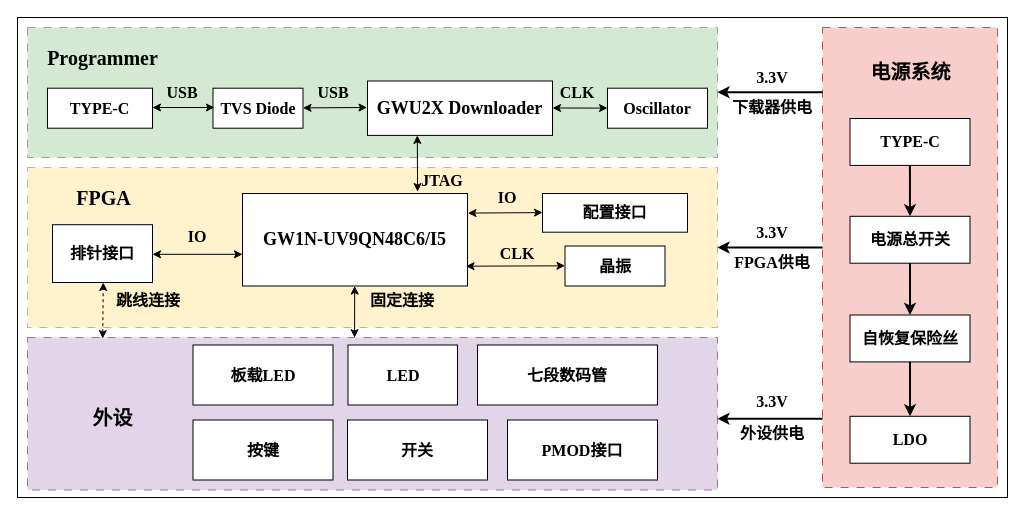
Above: Passer_V4.1/EDUCON整体框图.drawio in zeandon/draw.io (draw.io), before the change. Source tidied: cells renumbered, new cells numbered last; positions are measured from the earlier drawing's top-left corner, leaving out a move shared by most shapes. Both pictures are drawn from the tidied source at 100%, with x=0, y=0 at pixel (17, 17).
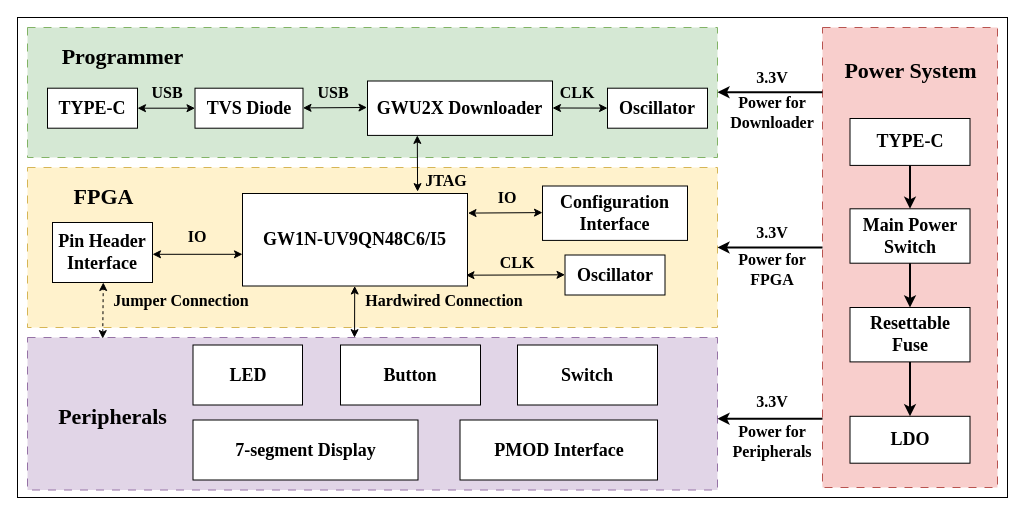
After the change.

Commit message:
更新Passer_V4.1/EDUCON整体框图.drawio

Diff of the diagram source:
```diff
@@
-    <mxCell id="7" value="&lt;font&gt;FPGA&lt;/font&gt;" style="text;strokeColor=none;fillColor=none;html=1;fontSize=20;fontStyle=1;verticalAlign=middle;align=center;fontFamily=Times New Roman;" parent="1" vertex="1">
+    <mxCell id="7" value="&lt;font&gt;FPGA&lt;/font&gt;" style="text;strokeColor=none;fillColor=none;html=1;fontSize=22;fontStyle=1;verticalAlign=middle;align=center;fontFamily=Times New Roman;" parent="1" vertex="1">
       <mxGeometry x="32" y="160" width="108" height="40" as="geometry" />
     </mxCell>
@@
-    <mxCell id="9" value="&lt;span class=&quot;&quot;&gt;Programmer&lt;/span&gt;" style="text;strokeColor=none;fillColor=none;html=1;fontSize=20;fontStyle=1;verticalAlign=middle;align=center;fontFamily=Times New Roman;" parent="1" vertex="1">
-      <mxGeometry x="35" y="20" width="100" height="40" as="geometry" />
+    <mxCell id="9" value="&lt;span class=&quot;&quot;&gt;Programmer&lt;/span&gt;" style="text;strokeColor=none;fillColor=none;html=1;fontSize=22;fontStyle=1;verticalAlign=middle;align=center;fontFamily=Times New Roman;" parent="1" vertex="1">
+      <mxGeometry x="35" y="20" width="140" height="40" as="geometry" />
     </mxCell>
     <mxCell id="10" value="USB" style="text;html=1;whiteSpace=wrap;strokeColor=none;fillColor=none;align=center;verticalAlign=middle;rounded=0;fontStyle=1;fontSize=16;fontFamily=Times New Roman;" parent="1" vertex="1">
-      <mxGeometry x="140" y="60" width="50" height="30" as="geometry" />
+      <mxGeometry x="125" y="60" width="50" height="30" as="geometry" />
     </mxCell>
-    <mxCell id="11" value="TYPE-C" style="rounded=0;whiteSpace=wrap;html=1;fontStyle=1;fontFamily=Times New Roman;fontSize=16;" parent="1" vertex="1">
-      <mxGeometry x="30" y="70.7" width="105" height="40" as="geometry" />
+    <mxCell id="11" value="TYPE-C" style="rounded=0;whiteSpace=wrap;html=1;fontStyle=1;fontFamily=Times New Roman;fontSize=18;" parent="1" vertex="1">
+      <mxGeometry x="30" y="70.7" width="90" height="40" as="geometry" />
     </mxCell>
@@
-    <mxCell id="13" value="TYPE-C" style="rounded=0;whiteSpace=wrap;html=1;fontStyle=1;fontFamily=Times New Roman;fontSize=16;" parent="1" vertex="1">
+    <mxCell id="13" value="TYPE-C" style="rounded=0;whiteSpace=wrap;html=1;fontStyle=1;fontFamily=Times New Roman;fontSize=18;" parent="1" vertex="1">
       <mxGeometry x="832.5" y="101" width="120" height="46.9" as="geometry" />
     </mxCell>
-    <mxCell id="14" value="电源总开关" style="rounded=0;whiteSpace=wrap;html=1;fontStyle=1;fontFamily=Times New Roman;fontSize=16;" parent="1" vertex="1">
-      <mxGeometry x="832.5" y="198.8" width="120" height="46.9" as="geometry" />
+    <mxCell id="14" value="&lt;span class=&quot;&quot;&gt;Main Power Switch&lt;/span&gt;" style="rounded=0;whiteSpace=wrap;html=1;fontStyle=1;fontFamily=Times New Roman;fontSize=18;" parent="1" vertex="1">
+      <mxGeometry x="832.5" y="191.3" width="120" height="54.4" as="geometry" />
     </mxCell>
-    <mxCell id="15" value="LDO" style="rounded=0;whiteSpace=wrap;html=1;fontStyle=1;fontFamily=Times New Roman;fontSize=16;" parent="1" vertex="1">
+    <mxCell id="15" value="LDO" style="rounded=0;whiteSpace=wrap;html=1;fontStyle=1;fontFamily=Times New Roman;fontSize=18;" parent="1" vertex="1">
       <mxGeometry x="832.5" y="398.8" width="120" height="46.9" as="geometry" />
     </mxCell>
-    <mxCell id="16" value="自恢复保险丝" style="rounded=0;whiteSpace=wrap;html=1;fontStyle=1;fontFamily=Times New Roman;fontSize=16;" parent="1" vertex="1">
-      <mxGeometry x="832.5" y="297.5" width="120" height="46.9" as="geometry" />
+    <mxCell id="16" value="&lt;span class=&quot;&quot;&gt;Resettable Fuse&lt;/span&gt;" style="rounded=0;whiteSpace=wrap;html=1;fontStyle=1;fontFamily=Times New Roman;fontSize=18;" parent="1" vertex="1">
+      <mxGeometry x="832.5" y="290" width="120" height="54.4" as="geometry" />
     </mxCell>
-    <mxCell id="17" value="&lt;span class=&quot;&quot;&gt;TVS Diode&lt;/span&gt;" style="rounded=0;whiteSpace=wrap;html=1;fontStyle=1;fontFamily=Times New Roman;fontSize=16;" parent="1" vertex="1">
-      <mxGeometry x="195.5" y="70.7" width="90" height="40" as="geometry" />
+    <mxCell id="17" value="&lt;span class=&quot;&quot;&gt;TVS Diode&lt;/span&gt;" style="rounded=0;whiteSpace=wrap;html=1;fontStyle=1;fontFamily=Times New Roman;fontSize=18;" parent="1" vertex="1">
+      <mxGeometry x="177.5" y="70.7" width="108" height="40" as="geometry" />
     </mxCell>
-    <mxCell id="18" value="板载LED" style="rounded=0;whiteSpace=wrap;html=1;fontStyle=1;fontFamily=Times New Roman;fontSize=16;" parent="1" vertex="1">
-      <mxGeometry x="175.5" y="327.5" width="140" height="60" as="geometry" />
-    </mxCell>
@@
-    <mxCell id="22" value="下载器供电" style="text;html=1;whiteSpace=wrap;strokeColor=none;fillColor=none;align=center;verticalAlign=middle;rounded=0;fontStyle=1;fontSize=16;fontFamily=Times New Roman;" parent="1" vertex="1">
-      <mxGeometry x="705" y="75" width="100" height="30" as="geometry" />
+    <mxCell id="22" value="&lt;span class=&quot;&quot;&gt;Power for&lt;br&gt;Downloader&lt;/span&gt;" style="text;html=1;whiteSpace=wrap;strokeColor=none;fillColor=none;align=center;verticalAlign=middle;rounded=0;fontStyle=1;fontSize=16;fontFamily=Times New Roman;" parent="1" vertex="1">
+      <mxGeometry x="705" y="70" width="100" height="50" as="geometry" />
     </mxCell>
-    <mxCell id="23" value="外设供电" style="text;html=1;whiteSpace=wrap;strokeColor=none;fillColor=none;align=center;verticalAlign=middle;rounded=0;fontStyle=1;fontSize=16;fontFamily=Times New Roman;" parent="1" vertex="1">
-      <mxGeometry x="710" y="401.2" width="90" height="30" as="geometry" />
+    <mxCell id="23" value="Power for&lt;br&gt;Peripherals" style="text;html=1;whiteSpace=wrap;strokeColor=none;fillColor=none;align=center;verticalAlign=middle;rounded=0;fontStyle=1;fontSize=16;fontFamily=Times New Roman;" parent="1" vertex="1">
+      <mxGeometry x="705" y="399.2" width="100" height="50" as="geometry" />
     </mxCell>
-    <mxCell id="24" value="FPGA供电" style="text;html=1;whiteSpace=wrap;strokeColor=none;fillColor=none;align=center;verticalAlign=middle;rounded=0;fontStyle=1;fontSize=16;fontFamily=Times New Roman;" parent="1" vertex="1">
-      <mxGeometry x="705" y="230" width="100" height="30" as="geometry" />
+    <mxCell id="24" value="&lt;span class=&quot;&quot;&gt;Power for&lt;br&gt;FPGA&lt;/span&gt;" style="text;html=1;whiteSpace=wrap;strokeColor=none;fillColor=none;align=center;verticalAlign=middle;rounded=0;fontStyle=1;fontSize=16;fontFamily=Times New Roman;" parent="1" vertex="1">
+      <mxGeometry x="710" y="227" width="90" height="50" as="geometry" />
     </mxCell>
-    <mxCell id="25" value="&lt;span class=&quot;&quot;&gt;Oscillator&lt;/span&gt;" style="rounded=0;whiteSpace=wrap;html=1;fontStyle=1;fontFamily=Times New Roman;fontSize=16;" parent="1" vertex="1">
+    <mxCell id="25" value="&lt;span class=&quot;&quot;&gt;Oscillator&lt;/span&gt;" style="rounded=0;whiteSpace=wrap;html=1;fontStyle=1;fontFamily=Times New Roman;fontSize=18;" parent="1" vertex="1">
       <mxGeometry x="590" y="70.7" width="100" height="40" as="geometry" />
     </mxCell>
-    <mxCell id="26" value="固定连接" style="text;html=1;whiteSpace=wrap;strokeColor=none;fillColor=none;align=center;verticalAlign=middle;rounded=0;fontStyle=1;fontSize=16;fontFamily=Times New Roman;" parent="1" vertex="1">
-      <mxGeometry x="340.2" y="267.5" width="90" height="30" as="geometry" />
+    <mxCell id="26" value="&lt;span class=&quot;&quot;&gt;Hardwired Connection&lt;/span&gt;" style="text;html=1;whiteSpace=wrap;strokeColor=none;fillColor=none;align=center;verticalAlign=middle;rounded=0;fontStyle=1;fontSize=16;fontFamily=Times New Roman;" parent="1" vertex="1">
+      <mxGeometry x="342.2" y="267.5" width="170" height="30" as="geometry" />
     </mxCell>
     <mxCell id="27" value="CLK" style="text;html=1;whiteSpace=wrap;strokeColor=none;fillColor=none;align=center;verticalAlign=middle;rounded=0;fontStyle=1;fontSize=16;fontFamily=Times New Roman;" parent="1" vertex="1">
-      <mxGeometry x="470" y="221.1" width="60" height="30" as="geometry" />
+      <mxGeometry x="470" y="230.1" width="60" height="30" as="geometry" />
     </mxCell>
@@
-    <mxCell id="31" value="配置接口" style="rounded=0;whiteSpace=wrap;html=1;fontStyle=1;fontFamily=Times New Roman;fontSize=16;" parent="1" vertex="1">
-      <mxGeometry x="525" y="176" width="145" height="38.7" as="geometry" />
+    <mxCell id="31" value="&lt;span class=&quot;&quot;&gt;Configuration Interface&lt;/span&gt;" style="rounded=0;whiteSpace=wrap;html=1;fontStyle=1;fontFamily=Times New Roman;fontSize=18;" parent="1" vertex="1">
+      <mxGeometry x="525" y="168.5" width="145" height="54.4" as="geometry" />
     </mxCell>
-    <mxCell id="32" value="&lt;font&gt;电源系统&lt;/font&gt;" style="text;strokeColor=none;fillColor=none;html=1;fontSize=20;fontStyle=1;verticalAlign=middle;align=center;fontFamily=Times New Roman;" parent="1" vertex="1">
+    <mxCell id="32" value="&lt;strong&gt;&lt;span class=&quot;&quot;&gt;Power System&lt;/span&gt;&lt;/strong&gt;" style="text;strokeColor=none;fillColor=none;html=1;fontSize=22;fontStyle=1;verticalAlign=middle;align=center;fontFamily=Times New Roman;" parent="1" vertex="1">
       <mxGeometry x="827.5" y="33.7" width="130" height="40" as="geometry" />
     </mxCell>
-    <mxCell id="33" value="外设" style="text;strokeColor=none;fillColor=none;html=1;fontSize=20;fontStyle=1;verticalAlign=middle;align=center;fontFamily=Times New Roman;" parent="1" vertex="1">
+    <mxCell id="33" value="&lt;span class=&quot;&quot;&gt;Peripherals&lt;/span&gt;" style="text;strokeColor=none;fillColor=none;html=1;fontSize=22;fontStyle=1;verticalAlign=middle;align=center;fontFamily=Times New Roman;" parent="1" vertex="1">
       <mxGeometry x="24" y="380" width="141" height="40" as="geometry" />
     </mxCell>
@@
-    <mxCell id="35" style="endArrow=none;startArrow=classic;html=1;rounded=0;endFill=0;strokeWidth=2;fontFamily=Times New Roman;entryX=0.5;entryY=1;entryDx=0;entryDy=0;exitX=0.5;exitY=0;exitDx=0;exitDy=0;" parent="1" edge="1" source="14">
-      <mxGeometry relative="1" as="geometry">
-        <mxPoint x="892.4" y="148" as="targetPoint" />
-      </mxGeometry>
+    <mxCell id="35" style="endArrow=none;startArrow=classic;html=1;rounded=0;endFill=0;strokeWidth=2;fontFamily=Times New Roman;entryX=0.5;entryY=1;entryDx=0;entryDy=0;exitX=0.5;exitY=0;exitDx=0;exitDy=0;" parent="1" edge="1" source="14" target="13">
+      <mxGeometry relative="1" as="geometry" />
     </mxCell>
@@
     <mxCell id="38" value="JTAG" style="text;html=1;whiteSpace=wrap;strokeColor=none;fillColor=none;align=center;verticalAlign=middle;rounded=0;fontStyle=1;fontSize=16;fontFamily=Times New Roman;" parent="1" vertex="1">
-      <mxGeometry x="395" y="147.9" width="60" height="30" as="geometry" />
+      <mxGeometry x="399" y="147.9" width="60" height="30" as="geometry" />
     </mxCell>
-    <mxCell id="39" value="晶振" style="rounded=0;whiteSpace=wrap;html=1;fontStyle=1;fontFamily=Times New Roman;fontSize=16;" parent="1" vertex="1">
-      <mxGeometry x="547.5" y="228.5" width="100" height="40" as="geometry" />
+    <mxCell id="39" value="&lt;span class=&quot;&quot;&gt;Oscillator&lt;/span&gt;" style="rounded=0;whiteSpace=wrap;html=1;fontStyle=1;fontFamily=Times New Roman;fontSize=18;" parent="1" vertex="1">
+      <mxGeometry x="547.5" y="237.5" width="100" height="40" as="geometry" />
     </mxCell>
-    <mxCell id="40" value="PMOD接口" style="rounded=0;whiteSpace=wrap;html=1;fontStyle=1;fontFamily=Times New Roman;fontSize=16;" parent="1" vertex="1">
-      <mxGeometry x="490" y="402.5" width="150" height="60" as="geometry" />
+    <mxCell id="40" value="&lt;span class=&quot;&quot;&gt; PMOD Interface&lt;/span&gt;" style="rounded=0;whiteSpace=wrap;html=1;fontStyle=1;fontFamily=Times New Roman;fontSize=18;" parent="1" vertex="1">
+      <mxGeometry x="442.5" y="402.5" width="197.5" height="60" as="geometry" />
     </mxCell>
-    <mxCell id="41" value="七段数码管" style="rounded=0;whiteSpace=wrap;html=1;fontStyle=1;fontFamily=Times New Roman;fontSize=16;" parent="1" vertex="1">
-      <mxGeometry x="460" y="327.5" width="180" height="60" as="geometry" />
+    <mxCell id="41" value="&lt;span class=&quot;&quot;&gt;7-segment Display&lt;/span&gt;" style="rounded=0;whiteSpace=wrap;html=1;fontStyle=1;fontFamily=Times New Roman;fontSize=18;" parent="1" vertex="1">
+      <mxGeometry x="175.5" y="402.5" width="225" height="60" as="geometry" />
     </mxCell>
-    <mxCell id="42" value="开关" style="rounded=0;whiteSpace=wrap;html=1;fontStyle=1;fontFamily=Times New Roman;fontSize=16;" parent="1" vertex="1">
-      <mxGeometry x="330" y="402.5" width="140" height="60" as="geometry" />
+    <mxCell id="42" value="Switch" style="rounded=0;whiteSpace=wrap;html=1;fontStyle=1;fontFamily=Times New Roman;fontSize=18;" parent="1" vertex="1">
+      <mxGeometry x="500" y="327.5" width="140" height="60" as="geometry" />
     </mxCell>
-    <mxCell id="43" value="按键" style="rounded=0;whiteSpace=wrap;html=1;fontStyle=1;fontFamily=Times New Roman;fontSize=16;" parent="1" vertex="1">
-      <mxGeometry x="175.5" y="402.5" width="140" height="60" as="geometry" />
+    <mxCell id="43" value="&lt;span class=&quot;&quot;&gt;Button&lt;/span&gt;" style="rounded=0;whiteSpace=wrap;html=1;fontStyle=1;fontFamily=Times New Roman;fontSize=18;" parent="1" vertex="1">
+      <mxGeometry x="323" y="327.5" width="140" height="60" as="geometry" />
     </mxCell>
-    <mxCell id="44" value="LED" style="rounded=0;whiteSpace=wrap;html=1;fontStyle=1;fontFamily=Times New Roman;fontSize=16;" parent="1" vertex="1">
-      <mxGeometry x="330.5" y="327.5" width="109.5" height="60" as="geometry" />
+    <mxCell id="44" value="LED" style="rounded=0;whiteSpace=wrap;html=1;fontStyle=1;fontFamily=Times New Roman;fontSize=18;" parent="1" vertex="1">
+      <mxGeometry x="175.5" y="327.5" width="109.5" height="60" as="geometry" />
     </mxCell>
@@
-    <mxCell id="47" value="跳线连接" style="text;html=1;whiteSpace=wrap;strokeColor=none;fillColor=none;align=center;verticalAlign=middle;rounded=0;fontStyle=1;fontSize=16;fontFamily=Times New Roman;" parent="1" vertex="1">
-      <mxGeometry x="85.5" y="267.5" width="90" height="30" as="geometry" />
+    <mxCell id="47" value="&lt;span class=&quot;&quot;&gt; Jumper Connection&lt;/span&gt;" style="text;html=1;whiteSpace=wrap;strokeColor=none;fillColor=none;align=center;verticalAlign=middle;rounded=0;fontStyle=1;fontSize=16;fontFamily=Times New Roman;" parent="1" vertex="1">
+      <mxGeometry x="88.5" y="267.5" width="150" height="30" as="geometry" />
     </mxCell>
-    <mxCell id="48" value="排针接口" style="rounded=0;whiteSpace=wrap;html=1;fontStyle=1;fontFamily=Times New Roman;fontSize=16;" parent="1" vertex="1">
-      <mxGeometry x="35" y="207.2" width="100" height="57.8" as="geometry" />
+    <mxCell id="48" value="&lt;span class=&quot;&quot;&gt;Pin Header Interface&lt;/span&gt;" style="rounded=0;whiteSpace=wrap;html=1;fontStyle=1;fontFamily=Times New Roman;fontSize=18;" parent="1" vertex="1">
+      <mxGeometry x="35" y="205" width="100" height="60" as="geometry" />
     </mxCell>
-    <mxCell id="49" style="endArrow=classic;startArrow=classic;html=1;rounded=0;fontFamily=Times New Roman;" parent="1" edge="1">
-      <mxGeometry relative="1" as="geometry">
-        <mxPoint x="135" y="90" as="sourcePoint" />
-        <mxPoint x="196.9" y="90" as="targetPoint" />
-      </mxGeometry>
+    <mxCell id="49" style="endArrow=classic;startArrow=classic;html=1;rounded=0;fontFamily=Times New Roman;entryX=0;entryY=0.5;entryDx=0;entryDy=0;exitX=1;exitY=0.5;exitDx=0;exitDy=0;" parent="1" edge="1" source="11" target="17">
+      <mxGeometry relative="1" as="geometry" />
     </mxCell>
@@
     <mxCell id="55" style="endArrow=classic;startArrow=classic;html=1;rounded=0;fontFamily=Times New Roman;entryX=0.015;entryY=0.487;entryDx=0;entryDy=0;entryPerimeter=0;" parent="1" edge="1">
       <mxGeometry relative="1" as="geometry">
-        <mxPoint x="448.5" y="248.7" as="sourcePoint" />
-        <mxPoint x="547.5" y="248.3" as="targetPoint" />
+        <mxPoint x="448.5" y="257.7" as="sourcePoint" />
+        <mxPoint x="547.5" y="257.3" as="targetPoint" />
       </mxGeometry>
     </mxCell>
```
